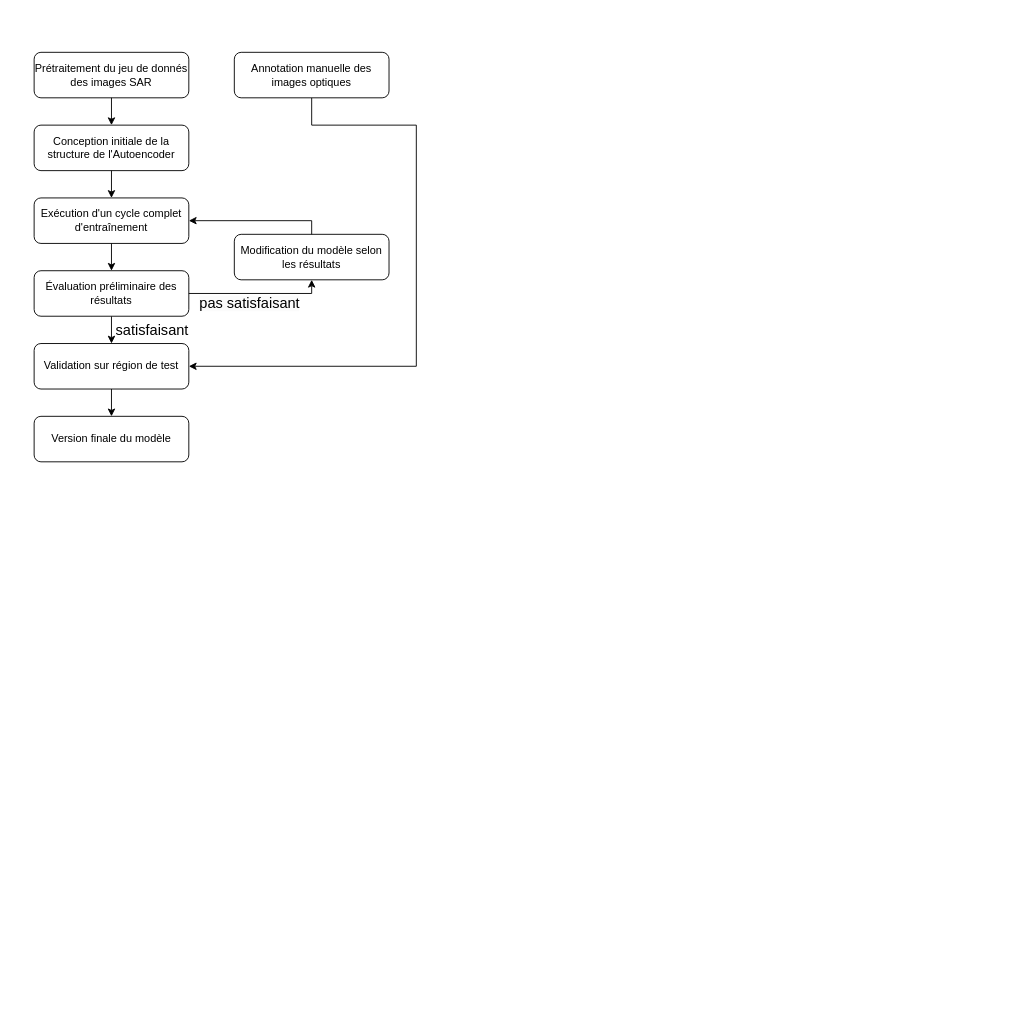
The draw.io diagram report/flow_chart/flow_chart.drawio in ZhangYiFan2003/SAR_Deforestation_Detection_Autoencoder, before the edit. Source tidied: cells renumbered, new cells numbered last; positions are measured from the earlier drawing's top-left corner, leaving out a move shared by most shapes. Both pictures are drawn from the tidied source at 91%, with x=0, y=0 at pixel (34, 52).
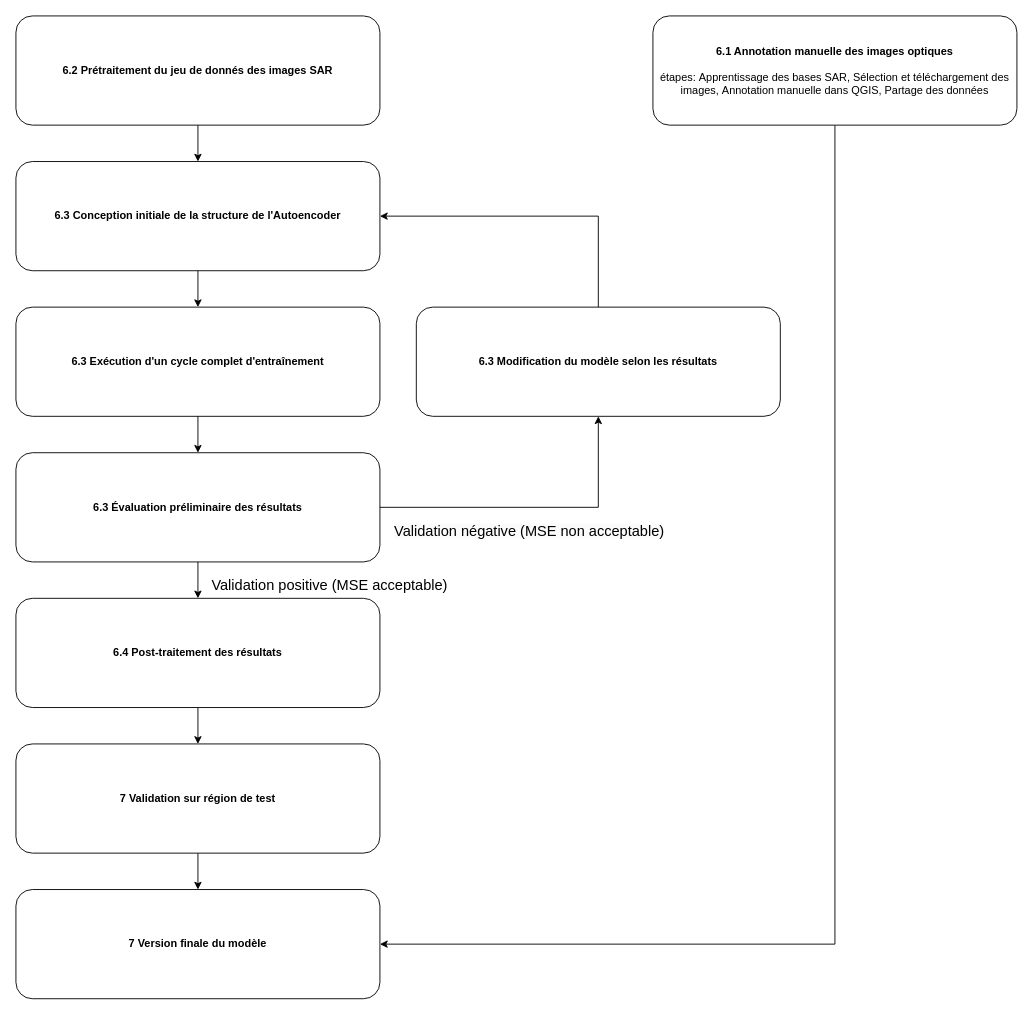
Above is the later version.

Commit message (it also covers changes not shown here):
generate the anoamaly map (entier or part)

The edit, as a diff of the source:
```diff
@@
-    <mxCell id="2" style="edgeStyle=orthogonalEdgeStyle;rounded=0;jettySize=auto;html=1;exitX=0.5;exitY=1;exitDx=0;exitDy=0;entryX=1;entryY=0.5;entryDx=0;entryDy=0;" parent="1" edge="1" source="3" target="16">
-      <mxGeometry relative="1" as="geometry">
-        <Array as="points">
-          <mxPoint x="305" y="80" />
-          <mxPoint x="420" y="80" />
-          <mxPoint x="420" y="345" />
-        </Array>
-      </mxGeometry>
-    </mxCell>
+    <mxCell id="20" style="edgeStyle=orthogonalEdgeStyle;rounded=0;jettySize=auto;html=1;exitX=0.5;exitY=1;exitDx=0;exitDy=0;entryX=1;entryY=0.5;entryDx=0;entryDy=0;" parent="1" edge="1" source="3" target="17">
+      <mxGeometry relative="1" as="geometry" />
+    </mxCell>
-    <mxCell id="3" value="Annotation manuelle des images optiques" style="rounded=1;whiteSpace=wrap;html=1;fontSize=12;glass=0;strokeWidth=1;shadow=0;" parent="1" vertex="1">
-      <mxGeometry x="220" width="170" height="50" as="geometry" />
+    <mxCell id="3" value="&lt;b&gt;6.1 Annotation manuelle des images optiques&lt;/b&gt;&lt;div&gt;&lt;br&gt;&lt;/div&gt;&lt;div&gt;étapes:&amp;nbsp;Apprentissage des bases SAR,&amp;nbsp;Sélection et téléchargement des images,&amp;nbsp;Annotation manuelle dans QGIS,&amp;nbsp;Partage des données&lt;/div&gt;" style="rounded=1;whiteSpace=wrap;html=1;fontSize=12;glass=0;strokeWidth=1;shadow=0;" parent="1" vertex="1">
+      <mxGeometry x="680" y="-40" width="400" height="120" as="geometry" />
     </mxCell>
-    <mxCell id="4" value="Prétraitement du jeu de donnés des images SAR" style="rounded=1;whiteSpace=wrap;html=1;fontSize=12;glass=0;strokeWidth=1;shadow=0;" parent="1" vertex="1">
-      <mxGeometry width="170" height="50" as="geometry" />
+    <mxCell id="4" value="&lt;b&gt;6.2 Prétraitement du jeu de donnés des images SAR&lt;/b&gt;" style="rounded=1;whiteSpace=wrap;html=1;fontSize=12;glass=0;strokeWidth=1;shadow=0;" parent="1" vertex="1">
+      <mxGeometry x="-20" y="-40" width="400" height="120" as="geometry" />
     </mxCell>
@@
-    <mxCell id="6" value="Conception initiale de la structure de l'Autoencoder" style="rounded=1;whiteSpace=wrap;html=1;fontSize=12;glass=0;strokeWidth=1;shadow=0;" parent="1" vertex="1">
-      <mxGeometry y="80" width="170" height="50" as="geometry" />
+    <mxCell id="6" value="&lt;b&gt;6.3 Conception initiale de la structure de l'Autoencoder&lt;/b&gt;" style="rounded=1;whiteSpace=wrap;html=1;fontSize=12;glass=0;strokeWidth=1;shadow=0;" parent="1" vertex="1">
+      <mxGeometry x="-20" y="120" width="400" height="120" as="geometry" />
     </mxCell>
@@
-    <mxCell id="8" value="Exécution d'un cycle complet d'entraînement" style="rounded=1;whiteSpace=wrap;html=1;fontSize=12;glass=0;strokeWidth=1;shadow=0;" parent="1" vertex="1">
-      <mxGeometry y="160" width="170" height="50" as="geometry" />
+    <mxCell id="8" value="&lt;b&gt;6.3 Exécution d'un cycle complet d'entraînement&lt;/b&gt;" style="rounded=1;whiteSpace=wrap;html=1;fontSize=12;glass=0;strokeWidth=1;shadow=0;" parent="1" vertex="1">
+      <mxGeometry x="-20" y="280" width="400" height="120" as="geometry" />
     </mxCell>
@@
-    <mxCell id="10" style="edgeStyle=orthogonalEdgeStyle;rounded=0;jettySize=auto;html=1;exitX=0.5;exitY=1;exitDx=0;exitDy=0;entryX=0.5;entryY=0;entryDx=0;entryDy=0;" parent="1" edge="1" source="11" target="16">
+    <mxCell id="10" style="edgeStyle=orthogonalEdgeStyle;rounded=0;jettySize=auto;html=1;exitX=0.5;exitY=1;exitDx=0;exitDy=0;entryX=0.5;entryY=0;entryDx=0;entryDy=0;" parent="1" edge="1" source="11" target="23">
       <mxGeometry relative="1" as="geometry" />
     </mxCell>
-    <mxCell id="11" value="Évaluation préliminaire des résultats" style="rounded=1;whiteSpace=wrap;html=1;fontSize=12;glass=0;strokeWidth=1;shadow=0;" parent="1" vertex="1">
-      <mxGeometry y="240" width="170" height="50" as="geometry" />
+    <mxCell id="11" value="&lt;b&gt;6.3 Évaluation préliminaire des résultats&lt;/b&gt;" style="rounded=1;whiteSpace=wrap;html=1;fontSize=12;glass=0;strokeWidth=1;shadow=0;" parent="1" vertex="1">
+      <mxGeometry x="-20" y="440" width="400" height="120" as="geometry" />
     </mxCell>
     <mxCell id="12" style="endArrow=classic;html=1;rounded=0;exitX=1;exitY=0.5;exitDx=0;exitDy=0;entryX=0.5;entryY=1;entryDx=0;entryDy=0;" parent="1" edge="1" source="11" target="13">
       <mxGeometry relative="1" as="geometry">
         <Array as="points">
-          <mxPoint x="305" y="265" />
+          <mxPoint x="620" y="500" />
         </Array>
       </mxGeometry>
     </mxCell>
+    <mxCell id="21" style="edgeStyle=orthogonalEdgeStyle;rounded=0;jettySize=auto;html=1;exitX=0.5;exitY=0;exitDx=0;exitDy=0;entryX=1;entryY=0.5;entryDx=0;entryDy=0;" parent="1" edge="1" source="13" target="6">
+      <mxGeometry relative="1" as="geometry" />
+    </mxCell>
-    <mxCell id="13" value="Modification du modèle selon les résultats" style="rounded=1;whiteSpace=wrap;html=1;fontSize=12;glass=0;strokeWidth=1;shadow=0;" parent="1" vertex="1">
-      <mxGeometry x="220" y="200" width="170" height="50" as="geometry" />
+    <mxCell id="13" value="&lt;b&gt;6.3 Modification du modèle selon les résultats&lt;/b&gt;" style="rounded=1;whiteSpace=wrap;html=1;fontSize=12;glass=0;strokeWidth=1;shadow=0;" parent="1" vertex="1">
+      <mxGeometry x="420" y="280" width="400" height="120" as="geometry" />
     </mxCell>
-    <mxCell id="14" style="endArrow=classic;html=1;rounded=0;exitX=0.5;exitY=0;exitDx=0;exitDy=0;entryX=1;entryY=0.5;entryDx=0;entryDy=0;" parent="1" edge="1" source="13" target="8">
-      <mxGeometry relative="1" as="geometry">
-        <Array as="points">
-          <mxPoint x="305" y="185" />
-        </Array>
-      </mxGeometry>
-    </mxCell>
@@
-    <mxCell id="16" value="&lt;span style=&quot;text-align: left;&quot;&gt;Validation sur région de test&lt;/span&gt;" style="rounded=1;whiteSpace=wrap;html=1;fontSize=12;glass=0;strokeWidth=1;shadow=0;" parent="1" vertex="1">
-      <mxGeometry y="320" width="170" height="50" as="geometry" />
+    <mxCell id="16" value="&lt;span style=&quot;text-align: left;&quot;&gt;&lt;b&gt;7 Validation sur région de test&lt;/b&gt;&lt;/span&gt;" style="rounded=1;whiteSpace=wrap;html=1;fontSize=12;glass=0;strokeWidth=1;shadow=0;" parent="1" vertex="1">
+      <mxGeometry x="-20" y="760" width="400" height="120" as="geometry" />
     </mxCell>
-    <mxCell id="17" value="&lt;span style=&quot;text-align: left;&quot;&gt;Version finale du modèle&lt;/span&gt;" style="rounded=1;whiteSpace=wrap;html=1;fontSize=12;glass=0;strokeWidth=1;shadow=0;" parent="1" vertex="1">
-      <mxGeometry y="400" width="170" height="50" as="geometry" />
+    <mxCell id="17" value="&lt;span style=&quot;text-align: left;&quot;&gt;&lt;b&gt;7 Version finale du modèle&lt;/b&gt;&lt;/span&gt;" style="rounded=1;whiteSpace=wrap;html=1;fontSize=12;glass=0;strokeWidth=1;shadow=0;" parent="1" vertex="1">
+      <mxGeometry x="-20" y="920" width="400" height="120" as="geometry" />
     </mxCell>
-    <mxCell id="18" value="satisfaisant" style="text;html=1;align=center;verticalAlign=middle;whiteSpace=wrap;rounded=0;fontSize=16;" parent="1" vertex="1">
-      <mxGeometry x="100" y="300" width="60" height="10" as="geometry" />
+    <mxCell id="18" value="Validation positive (MSE acceptable)" style="text;html=1;align=center;verticalAlign=middle;whiteSpace=wrap;rounded=0;fontSize=16;" parent="1" vertex="1">
+      <mxGeometry x="190" y="580" width="270" height="10" as="geometry" />
     </mxCell>
-    <mxCell id="19" value="&lt;span style=&quot;color: rgb(0, 0, 0); font-family: Helvetica; font-size: 16px; font-style: normal; font-variant-ligatures: normal; font-variant-caps: normal; font-weight: 400; letter-spacing: normal; orphans: 2; text-align: center; text-indent: 0px; text-transform: none; widows: 2; word-spacing: 0px; -webkit-text-stroke-width: 0px; white-space: normal; background-color: rgb(251, 251, 251); text-decoration-thickness: initial; text-decoration-style: initial; text-decoration-color: initial; float: none; display: inline !important;&quot;&gt;pas satisfaisant&lt;/span&gt;" style="text;whiteSpace=wrap;html=1;" parent="1" vertex="1">
-      <mxGeometry x="180" y="260" width="130" height="20" as="geometry" />
+    <mxCell id="19" value="&lt;span style=&quot;color: rgb(0, 0, 0); font-family: Helvetica; font-size: 16px; font-style: normal; font-variant-ligatures: normal; font-variant-caps: normal; font-weight: 400; letter-spacing: normal; orphans: 2; text-align: center; text-indent: 0px; text-transform: none; widows: 2; word-spacing: 0px; -webkit-text-stroke-width: 0px; white-space: normal; background-color: rgb(251, 251, 251); text-decoration-thickness: initial; text-decoration-style: initial; text-decoration-color: initial; float: none; display: inline !important;&quot;&gt;Validation négative (MSE non acceptable)&lt;/span&gt;" style="text;whiteSpace=wrap;html=1;" parent="1" vertex="1">
+      <mxGeometry x="394" y="510" width="316" height="20" as="geometry" />
     </mxCell>
+    <mxCell id="22" style="edgeStyle=orthogonalEdgeStyle;rounded=0;jettySize=auto;html=1;exitX=0.5;exitY=1;exitDx=0;exitDy=0;entryX=0.5;entryY=0;entryDx=0;entryDy=0;" parent="1" edge="1" source="23" target="16">
+      <mxGeometry relative="1" as="geometry" />
+    </mxCell>
+    <mxCell id="23" value="&lt;b&gt;6.4 Post-traitement des résultats&lt;/b&gt;" style="rounded=1;whiteSpace=wrap;html=1;fontSize=12;glass=0;strokeWidth=1;shadow=0;" parent="1" vertex="1">
+      <mxGeometry x="-20" y="600" width="400" height="120" as="geometry" />
+    </mxCell>
```
